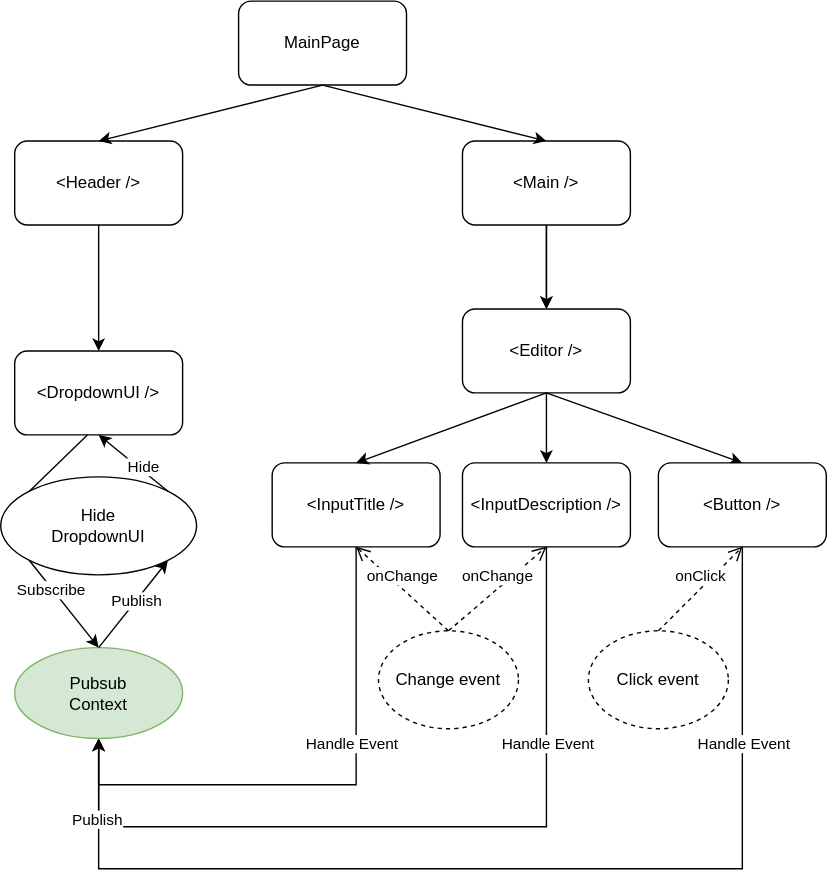
kangdaelyeol/mybusinesscard keeps this draw.io diagram as document/pubsubContext.drawio.svg. Above is the earlier version. Source tidied: cells renumbered, new cells last; positions are measured from the earlier drawing's top-left corner, leaving out a move shared by most shapes. Source of this version:
```xml
<mxGraphModel>
  <root>
    <mxCell id="0" />
    <mxCell id="1" parent="0" />
    <mxCell id="2" value="MainPage" style="rounded=1;whiteSpace=wrap;html=1;" parent="1" vertex="1">
      <mxGeometry x="170" width="120" height="60" as="geometry" />
    </mxCell>
    <mxCell id="3" style="edgeStyle=orthogonalEdgeStyle;rounded=0;jettySize=auto;html=1;" parent="1" edge="1" source="4" target="5">
      <mxGeometry relative="1" as="geometry" />
    </mxCell>
    <mxCell id="4" value="&amp;lt;Main /&amp;gt;" style="rounded=1;whiteSpace=wrap;html=1;" parent="1" vertex="1">
      <mxGeometry x="330" y="100" width="120" height="60" as="geometry" />
    </mxCell>
    <mxCell id="5" value="&amp;lt;Editor /&amp;gt;" style="rounded=1;whiteSpace=wrap;html=1;" parent="1" vertex="1">
      <mxGeometry x="330" y="220" width="120" height="60" as="geometry" />
    </mxCell>
    <mxCell id="6" style="edgeStyle=orthogonalEdgeStyle;rounded=0;jettySize=auto;html=1;exitX=0.5;exitY=1;exitDx=0;exitDy=0;entryX=0.5;entryY=1;entryDx=0;entryDy=0;" parent="1" edge="1" source="7" target="31">
      <mxGeometry relative="1" as="geometry">
        <Array as="points">
          <mxPoint x="254" y="560" />
          <mxPoint x="70" y="560" />
        </Array>
      </mxGeometry>
    </mxCell>
    <mxCell id="7" value="&amp;lt;InputTitle /&amp;gt;" style="rounded=1;whiteSpace=wrap;html=1;" parent="1" vertex="1">
      <mxGeometry x="194" y="330" width="120" height="60" as="geometry" />
    </mxCell>
    <mxCell id="8" style="edgeStyle=orthogonalEdgeStyle;rounded=0;jettySize=auto;html=1;exitX=0.5;exitY=1;exitDx=0;exitDy=0;entryX=0.5;entryY=1;entryDx=0;entryDy=0;" parent="1" edge="1" source="9" target="31">
      <mxGeometry relative="1" as="geometry">
        <Array as="points">
          <mxPoint x="390" y="590" />
          <mxPoint x="70" y="590" />
        </Array>
      </mxGeometry>
    </mxCell>
    <mxCell id="9" value="&amp;lt;InputDescription /&amp;gt;" style="rounded=1;whiteSpace=wrap;html=1;" parent="1" vertex="1">
      <mxGeometry x="330" y="330" width="120" height="60" as="geometry" />
    </mxCell>
    <mxCell id="10" value="&amp;lt;Header /&amp;gt;" style="rounded=1;whiteSpace=wrap;html=1;" parent="1" vertex="1">
      <mxGeometry x="10" y="100" width="120" height="60" as="geometry" />
    </mxCell>
    <mxCell id="11" style="endArrow=classic;html=1;rounded=0;entryX=0.5;entryY=0;entryDx=0;entryDy=0;exitX=0.5;exitY=1;exitDx=0;exitDy=0;" parent="1" edge="1" source="2" target="10">
      <mxGeometry relative="1" as="geometry" />
    </mxCell>
    <mxCell id="12" style="endArrow=classic;html=1;rounded=0;entryX=0.5;entryY=0;entryDx=0;entryDy=0;exitX=0.5;exitY=1;exitDx=0;exitDy=0;" parent="1" edge="1" source="2" target="4">
      <mxGeometry relative="1" as="geometry" />
    </mxCell>
    <mxCell id="13" style="endArrow=classic;html=1;rounded=0;exitX=0.5;exitY=1;exitDx=0;exitDy=0;entryX=0.5;entryY=0;entryDx=0;entryDy=0;" parent="1" edge="1" source="5" target="7">
      <mxGeometry relative="1" as="geometry" />
    </mxCell>
    <mxCell id="14" style="endArrow=classic;html=1;rounded=0;exitX=0.5;exitY=1;exitDx=0;exitDy=0;entryX=0.5;entryY=0;entryDx=0;entryDy=0;" parent="1" edge="1" source="5" target="9">
      <mxGeometry relative="1" as="geometry" />
    </mxCell>
    <mxCell id="15" style="endArrow=classic;html=1;rounded=0;exitX=0.5;exitY=1;exitDx=0;exitDy=0;" parent="1" edge="1" source="4" target="5">
      <mxGeometry relative="1" as="geometry" />
    </mxCell>
    <mxCell id="16" value="Change event" style="ellipse;whiteSpace=wrap;html=1;align=center;dashed=1;" parent="1" vertex="1">
      <mxGeometry x="270" y="450" width="100" height="70" as="geometry" />
    </mxCell>
    <mxCell id="17" value="&amp;lt;DropdownUI /&amp;gt;" style="rounded=1;whiteSpace=wrap;html=1;" parent="1" vertex="1">
      <mxGeometry x="10" y="250" width="120" height="60" as="geometry" />
    </mxCell>
    <mxCell id="18" style="endArrow=classic;html=1;rounded=0;entryX=0.5;entryY=0;entryDx=0;entryDy=0;exitX=0.5;exitY=1;exitDx=0;exitDy=0;" parent="1" edge="1" source="10" target="17">
      <mxGeometry relative="1" as="geometry" />
    </mxCell>
    <mxCell id="19" style="endArrow=classic;html=1;rounded=0;exitX=0.5;exitY=1;exitDx=0;exitDy=0;entryX=0.5;entryY=0;entryDx=0;entryDy=0;" parent="1" edge="1" source="5" target="25">
      <mxGeometry relative="1" as="geometry" />
    </mxCell>
    <mxCell id="20" style="edgeStyle=orthogonalEdgeStyle;rounded=0;jettySize=auto;html=1;exitX=0.5;exitY=1;exitDx=0;exitDy=0;entryX=0.5;entryY=1;entryDx=0;entryDy=0;strokeColor=default;" parent="1" edge="1" source="25" target="31">
      <mxGeometry relative="1" as="geometry">
        <Array as="points">
          <mxPoint x="530" y="620" />
          <mxPoint x="70" y="620" />
        </Array>
      </mxGeometry>
    </mxCell>
    <mxCell id="21" value="Publish" style="edgeLabel;html=1;align=center;verticalAlign=middle;" parent="20" vertex="1">
      <mxGeometry x="0.85" y="2" relative="1" as="geometry" />
    </mxCell>
    <mxCell id="22" value="Handle Event" style="edgeLabel;html=1;align=center;verticalAlign=middle;" parent="20" vertex="1">
      <mxGeometry x="0.55" y="-3" relative="1" as="geometry">
        <mxPoint x="98" y="-87" as="offset" />
      </mxGeometry>
    </mxCell>
    <mxCell id="23" value="Handle Event" style="edgeLabel;html=1;align=center;verticalAlign=middle;" parent="20" vertex="1">
      <mxGeometry x="0.55" y="-3" relative="1" as="geometry">
        <mxPoint x="238" y="-87" as="offset" />
      </mxGeometry>
    </mxCell>
    <mxCell id="24" value="Handle Event" style="edgeLabel;html=1;align=center;verticalAlign=middle;" parent="20" vertex="1">
      <mxGeometry x="0.55" y="-3" relative="1" as="geometry">
        <mxPoint x="378" y="-87" as="offset" />
      </mxGeometry>
    </mxCell>
    <mxCell id="25" value="&amp;lt;Button /&amp;gt;" style="rounded=1;whiteSpace=wrap;html=1;" parent="1" vertex="1">
      <mxGeometry x="470" y="330" width="120" height="60" as="geometry" />
    </mxCell>
    <mxCell id="26" value="Click event" style="ellipse;whiteSpace=wrap;html=1;align=center;dashed=1;" parent="1" vertex="1">
      <mxGeometry x="420" y="450" width="100" height="70" as="geometry" />
    </mxCell>
    <mxCell id="27" value="onChange" style="html=1;verticalAlign=bottom;endArrow=open;dashed=1;endSize=8;curved=0;rounded=0;exitX=0.5;exitY=0;exitDx=0;exitDy=0;" parent="1" edge="1" source="16">
      <mxGeometry relative="1" as="geometry">
        <mxPoint x="254" y="390" as="targetPoint" />
      </mxGeometry>
    </mxCell>
    <mxCell id="28" value="onChange" style="html=1;verticalAlign=bottom;endArrow=open;dashed=1;endSize=8;curved=0;rounded=0;exitX=0.5;exitY=0;exitDx=0;exitDy=0;entryX=0.5;entryY=1;entryDx=0;entryDy=0;" parent="1" edge="1" source="16" target="9">
      <mxGeometry relative="1" as="geometry" />
    </mxCell>
    <mxCell id="29" value="onClick" style="html=1;verticalAlign=bottom;endArrow=open;dashed=1;endSize=8;curved=0;rounded=0;exitX=0.5;exitY=0;exitDx=0;exitDy=0;" parent="1" edge="1" source="26">
      <mxGeometry relative="1" as="geometry">
        <mxPoint x="530" y="390" as="targetPoint" />
      </mxGeometry>
    </mxCell>
    <mxCell id="30" value="Hide&lt;div&gt;DropdownUI&lt;/div&gt;" style="ellipse;whiteSpace=wrap;html=1;" parent="1" vertex="1">
      <mxGeometry y="340" width="140" height="70" as="geometry" />
    </mxCell>
    <mxCell id="31" value="Pubsub&lt;div&gt;Context&lt;/div&gt;" style="ellipse;whiteSpace=wrap;html=1;fillColor=#d5e8d4;strokeColor=#82b366;" parent="1" vertex="1">
      <mxGeometry x="10" y="462" width="120" height="65" as="geometry" />
    </mxCell>
    <mxCell id="32" style="endArrow=classic;html=1;rounded=0;entryX=0.5;entryY=0;entryDx=0;entryDy=0;exitX=0;exitY=1;exitDx=0;exitDy=0;" parent="1" edge="1" source="30" target="31">
      <mxGeometry relative="1" as="geometry" />
    </mxCell>
    <mxCell id="33" value="Subscribe" style="edgeLabel;html=1;align=center;verticalAlign=middle;" parent="32" vertex="1">
      <mxGeometry x="-0.37" y="-1" relative="1" as="geometry">
        <mxPoint y="1" as="offset" />
      </mxGeometry>
    </mxCell>
    <mxCell id="34" style="endArrow=none;html=1;rounded=0;entryX=0.433;entryY=1;entryDx=0;entryDy=0;entryPerimeter=0;exitX=0;exitY=0;exitDx=0;exitDy=0;" parent="1" edge="1" source="30" target="17">
      <mxGeometry relative="1" as="geometry" />
    </mxCell>
    <mxCell id="35" style="endArrow=classic;html=1;rounded=0;exitX=0.5;exitY=0;exitDx=0;exitDy=0;entryX=1;entryY=1;entryDx=0;entryDy=0;" parent="1" edge="1" source="31" target="30">
      <mxGeometry relative="1" as="geometry" />
    </mxCell>
    <mxCell id="36" value="Publish" style="edgeLabel;html=1;align=center;verticalAlign=middle;" parent="35" vertex="1">
      <mxGeometry x="0.09" relative="1" as="geometry" />
    </mxCell>
    <mxCell id="37" style="endArrow=classic;html=1;rounded=0;exitX=1;exitY=0;exitDx=0;exitDy=0;entryX=0.5;entryY=1;entryDx=0;entryDy=0;" parent="1" edge="1" source="30" target="17">
      <mxGeometry relative="1" as="geometry" />
    </mxCell>
    <mxCell id="38" value="Hide" style="edgeLabel;html=1;align=center;verticalAlign=middle;" parent="37" vertex="1">
      <mxGeometry x="-0.21" y="-3" relative="1" as="geometry" />
    </mxCell>
  </root>
</mxGraphModel>
```
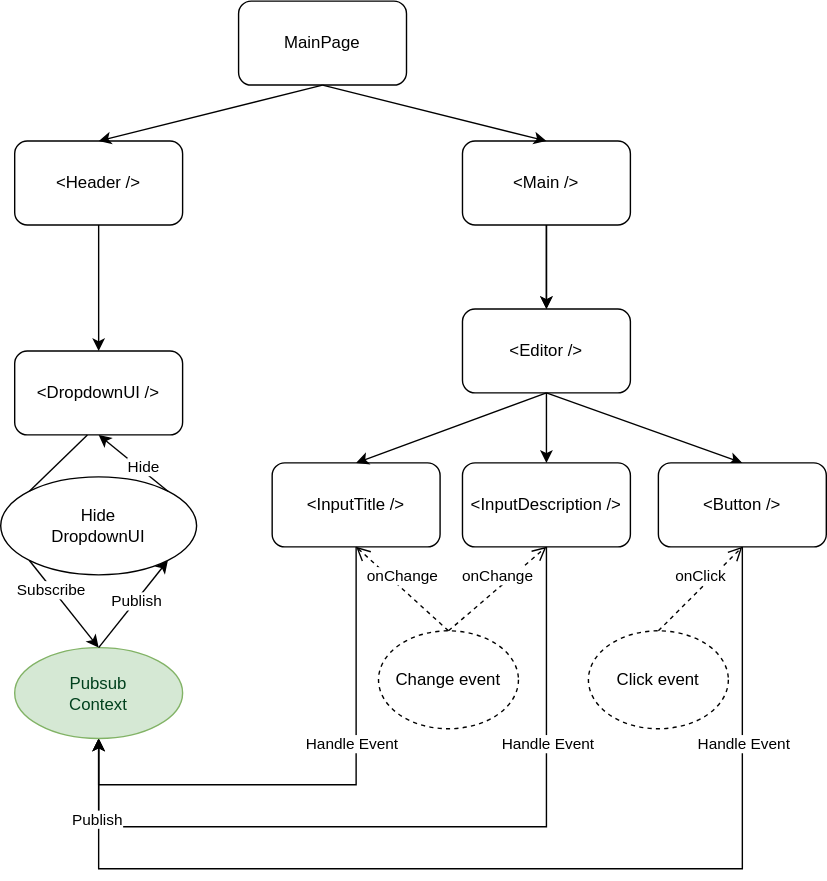
The same diagram one commit later.

Diff of the diagram source:
```diff
@@ -114,7 +114,7 @@
     <mxCell id="30" value="Hide&lt;div&gt;DropdownUI&lt;/div&gt;" style="ellipse;whiteSpace=wrap;html=1;" parent="1" vertex="1">
       <mxGeometry y="340" width="140" height="70" as="geometry" />
     </mxCell>
-    <mxCell id="31" value="Pubsub&lt;div&gt;Context&lt;/div&gt;" style="ellipse;whiteSpace=wrap;html=1;fillColor=#d5e8d4;strokeColor=#82b366;" parent="1" vertex="1">
+    <mxCell id="31" value="Pubsub&lt;div&gt;Context&lt;/div&gt;" style="ellipse;whiteSpace=wrap;html=1;fillColor=#d5e8d4;strokeColor=#82b366;fontColor=#00401D;" parent="1" vertex="1">
       <mxGeometry x="10" y="462" width="120" height="65" as="geometry" />
     </mxCell>
     <mxCell id="32" style="endArrow=classic;html=1;rounded=0;entryX=0.5;entryY=0;entryDx=0;entryDy=0;exitX=0;exitY=1;exitDx=0;exitDy=0;" parent="1" edge="1" source="30" target="31">
```
